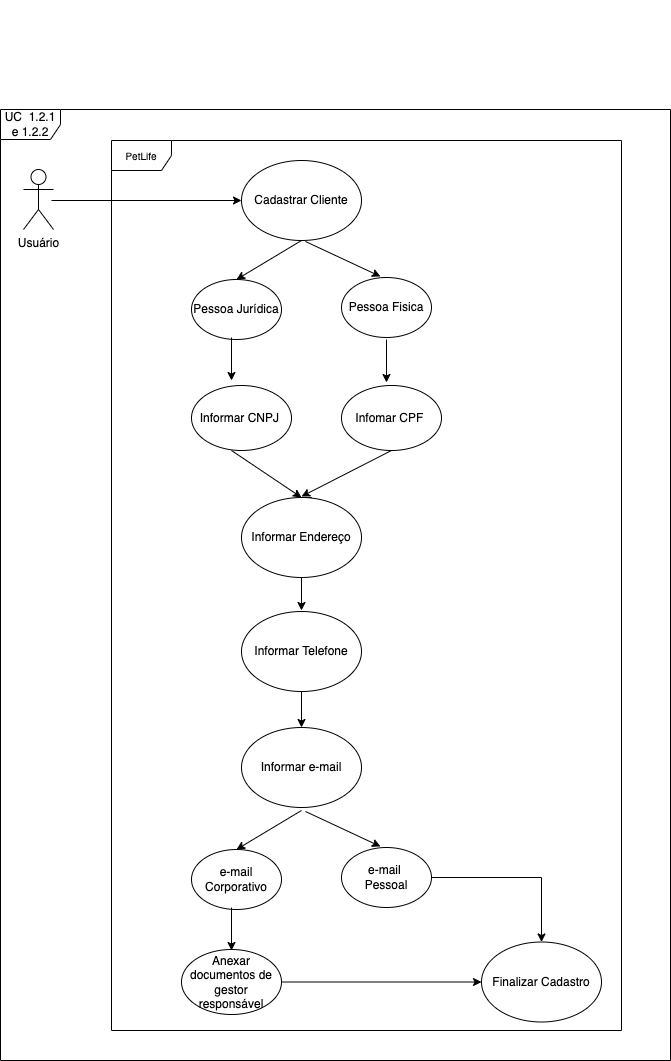
Earlier version of the draw.io export documentation/images/attachment/geral_caso_de_uso.drawio.png (TurmaADS2020/PetLife). Source tidied: cells renumbered, new cells last; positions are measured from the earlier drawing's top-left corner, leaving out a move shared by most shapes. Its diagram source:
```xml
<mxGraphModel>
  <root>
    <mxCell id="0" />
    <mxCell id="1" parent="0" />
    <mxCell id="2" value="UC&amp;nbsp; 1.2.1 e 1.2.2" style="shape=umlFrame;whiteSpace=wrap;html=1;" parent="1" vertex="1">
      <mxGeometry y="109" width="670" height="951" as="geometry" />
    </mxCell>
    <mxCell id="3" style="edgeStyle=orthogonalEdgeStyle;rounded=0;jettySize=auto;html=1;fontSize=10;" parent="1" edge="1" target="5">
      <mxGeometry relative="1" as="geometry">
        <mxPoint x="51" y="200" as="sourcePoint" />
      </mxGeometry>
    </mxCell>
    <mxCell id="4" value="Usuário" style="shape=umlActor;verticalLabelPosition=bottom;labelBackgroundColor=#ffffff;verticalAlign=top;html=1;" parent="1" vertex="1">
      <mxGeometry x="23" y="169" width="30" height="60" as="geometry" />
    </mxCell>
    <mxCell id="5" value="Cadastrar Cliente" style="ellipse;whiteSpace=wrap;html=1;" parent="1" vertex="1">
      <mxGeometry x="241" y="160" width="120" height="80" as="geometry" />
    </mxCell>
    <mxCell id="6" value="Informar CNPJ&amp;nbsp;" style="ellipse;whiteSpace=wrap;html=1;" parent="1" vertex="1">
      <mxGeometry x="191" y="385" width="100" height="65" as="geometry" />
    </mxCell>
    <mxCell id="7" value="&amp;nbsp;" style="text;html=1;align=left;verticalAlign=top;spacingTop=-4;" parent="1" vertex="1">
      <mxGeometry x="509" y="599" width="20" height="20" as="geometry" />
    </mxCell>
    <mxCell id="8" value="&amp;nbsp;" style="text;html=1;align=left;verticalAlign=top;spacingTop=-4;" parent="1" vertex="1">
      <mxGeometry x="273" width="20" height="20" as="geometry" />
    </mxCell>
    <mxCell id="9" value="&amp;nbsp;" style="text;html=1;align=left;verticalAlign=top;spacingTop=-4;" parent="1" vertex="1">
      <mxGeometry x="329" y="744" width="20" height="20" as="geometry" />
    </mxCell>
    <mxCell id="10" value="Pessoa Fisica" style="ellipse;whiteSpace=wrap;html=1;" parent="1" vertex="1">
      <mxGeometry x="341" y="277" width="90" height="60" as="geometry" />
    </mxCell>
    <mxCell id="11" value="Pessoa Jurídica" style="ellipse;whiteSpace=wrap;html=1;" parent="1" vertex="1">
      <mxGeometry x="191" y="279" width="90" height="60" as="geometry" />
    </mxCell>
    <mxCell id="12" style="edgeStyle=orthogonalEdgeStyle;rounded=0;jettySize=auto;html=1;exitX=0.5;exitY=0;exitDx=0;exitDy=0;fontSize=10;" parent="1" edge="1" source="13">
      <mxGeometry relative="1" as="geometry">
        <mxPoint x="311" y="520" as="targetPoint" />
      </mxGeometry>
    </mxCell>
    <mxCell id="13" value="Informar Endereço" style="ellipse;whiteSpace=wrap;html=1;" parent="1" vertex="1">
      <mxGeometry x="241" y="497" width="120" height="80" as="geometry" />
    </mxCell>
    <mxCell id="14" value="Informar e-mail" style="ellipse;whiteSpace=wrap;html=1;" parent="1" vertex="1">
      <mxGeometry x="241" y="727" width="120" height="80" as="geometry" />
    </mxCell>
    <mxCell id="15" style="endArrow=classic;html=1;rounded=0;fontSize=10;" parent="1" edge="1">
      <mxGeometry relative="1" as="geometry">
        <mxPoint x="231" y="337" as="sourcePoint" />
        <mxPoint x="231" y="380" as="targetPoint" />
      </mxGeometry>
    </mxCell>
    <mxCell id="16" style="endArrow=classic;html=1;rounded=0;fontSize=10;" parent="1" edge="1">
      <mxGeometry relative="1" as="geometry">
        <mxPoint x="386" y="339" as="sourcePoint" />
        <mxPoint x="386" y="382" as="targetPoint" />
      </mxGeometry>
    </mxCell>
    <mxCell id="17" value="Infomar CPF&amp;nbsp;" style="ellipse;whiteSpace=wrap;html=1;" parent="1" vertex="1">
      <mxGeometry x="341" y="385" width="100" height="65" as="geometry" />
    </mxCell>
    <mxCell id="18" style="endArrow=classic;html=1;rounded=0;fontSize=10;entryX=0.5;entryY=0;entryDx=0;entryDy=0;" parent="1" edge="1" target="13">
      <mxGeometry relative="1" as="geometry">
        <mxPoint x="231" y="450" as="sourcePoint" />
      </mxGeometry>
    </mxCell>
    <mxCell id="19" style="endArrow=classic;html=1;rounded=0;fontSize=10;exitX=0.5;exitY=1;exitDx=0;exitDy=0;" parent="1" edge="1" source="17">
      <mxGeometry relative="1" as="geometry">
        <mxPoint x="301" y="496" as="targetPoint" />
      </mxGeometry>
    </mxCell>
    <mxCell id="20" style="endArrow=classic;html=1;rounded=0;fontSize=10;exitX=0.5;exitY=1;exitDx=0;exitDy=0;entryX=0.5;entryY=0;entryDx=0;entryDy=0;" parent="1" edge="1" source="5" target="11">
      <mxGeometry relative="1" as="geometry" />
    </mxCell>
    <mxCell id="21" style="endArrow=classic;html=1;rounded=0;fontSize=10;exitX=0.5;exitY=1;exitDx=0;exitDy=0;entryX=0.433;entryY=-0.017;entryDx=0;entryDy=0;entryPerimeter=0;" parent="1" edge="1" target="10">
      <mxGeometry relative="1" as="geometry">
        <mxPoint x="305" y="241" as="sourcePoint" />
      </mxGeometry>
    </mxCell>
    <mxCell id="22" style="endArrow=classic;html=1;rounded=0;fontSize=10;exitX=0.5;exitY=1;exitDx=0;exitDy=0;" parent="1" edge="1" source="13">
      <mxGeometry relative="1" as="geometry">
        <mxPoint x="301" y="610" as="targetPoint" />
      </mxGeometry>
    </mxCell>
    <mxCell id="23" style="edgeStyle=orthogonalEdgeStyle;rounded=0;jettySize=auto;html=1;entryX=0.5;entryY=0;entryDx=0;entryDy=0;fontSize=10;" parent="1" edge="1" source="24" target="33">
      <mxGeometry relative="1" as="geometry" />
    </mxCell>
    <mxCell id="24" value="e-mail &lt;br&gt;Pessoal" style="ellipse;whiteSpace=wrap;html=1;" parent="1" vertex="1">
      <mxGeometry x="341" y="847" width="90" height="60" as="geometry" />
    </mxCell>
    <mxCell id="25" value="e-mail Corporativo" style="ellipse;whiteSpace=wrap;html=1;" parent="1" vertex="1">
      <mxGeometry x="191" y="849" width="90" height="60" as="geometry" />
    </mxCell>
    <mxCell id="26" style="endArrow=classic;html=1;rounded=0;fontSize=10;" parent="1" edge="1">
      <mxGeometry relative="1" as="geometry">
        <mxPoint x="231" y="907" as="sourcePoint" />
        <mxPoint x="231" y="950" as="targetPoint" />
      </mxGeometry>
    </mxCell>
    <mxCell id="27" style="endArrow=classic;html=1;rounded=0;fontSize=10;exitX=0.5;exitY=1;exitDx=0;exitDy=0;entryX=0.5;entryY=0;entryDx=0;entryDy=0;" parent="1" edge="1" target="25">
      <mxGeometry relative="1" as="geometry">
        <mxPoint x="301" y="810" as="sourcePoint" />
      </mxGeometry>
    </mxCell>
    <mxCell id="28" style="endArrow=classic;html=1;rounded=0;fontSize=10;exitX=0.5;exitY=1;exitDx=0;exitDy=0;entryX=0.433;entryY=-0.017;entryDx=0;entryDy=0;entryPerimeter=0;" parent="1" edge="1" target="24">
      <mxGeometry relative="1" as="geometry">
        <mxPoint x="305" y="811" as="sourcePoint" />
      </mxGeometry>
    </mxCell>
    <mxCell id="29" style="edgeStyle=orthogonalEdgeStyle;rounded=0;jettySize=auto;html=1;fontSize=10;" parent="1" edge="1" source="30" target="33">
      <mxGeometry relative="1" as="geometry" />
    </mxCell>
    <mxCell id="30" value="Anexar documentos de gestor responsável" style="ellipse;whiteSpace=wrap;html=1;" parent="1" vertex="1">
      <mxGeometry x="181" y="949" width="100" height="65" as="geometry" />
    </mxCell>
    <mxCell id="31" style="edgeStyle=orthogonalEdgeStyle;rounded=0;jettySize=auto;html=1;fontSize=10;" parent="1" edge="1" source="32" target="14">
      <mxGeometry relative="1" as="geometry" />
    </mxCell>
    <mxCell id="32" value="Informar Telefone" style="ellipse;whiteSpace=wrap;html=1;" parent="1" vertex="1">
      <mxGeometry x="241" y="611" width="120" height="80" as="geometry" />
    </mxCell>
    <mxCell id="33" value="Finalizar Cadastro" style="ellipse;whiteSpace=wrap;html=1;" parent="1" vertex="1">
      <mxGeometry x="481" y="941.5" width="120" height="80" as="geometry" />
    </mxCell>
    <mxCell id="34" value="PetLife" style="shape=umlFrame;whiteSpace=wrap;html=1;fontSize=10;" parent="1" vertex="1">
      <mxGeometry x="111" y="140" width="510" height="890" as="geometry" />
    </mxCell>
  </root>
</mxGraphModel>
```
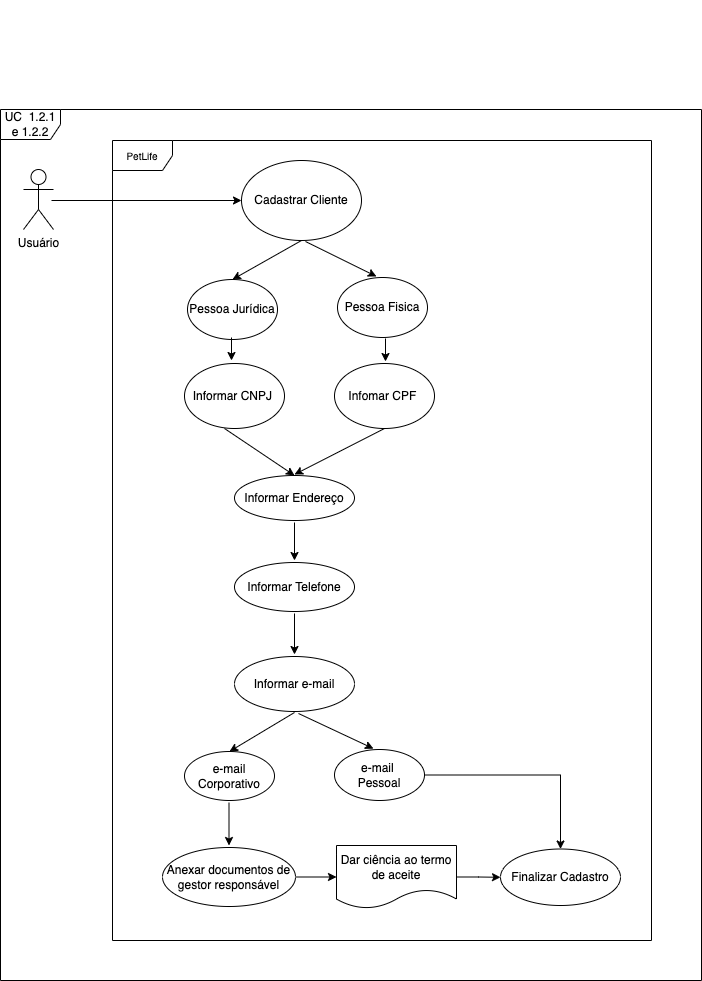
Above is the later version.

What changed in the source:
```diff
@@ -3,8 +3,11 @@
     <mxCell id="0" />
     <mxCell id="1" parent="0" />
     <mxCell id="2" value="UC&amp;nbsp; 1.2.1 e 1.2.2" style="shape=umlFrame;whiteSpace=wrap;html=1;" parent="1" vertex="1">
-      <mxGeometry y="109" width="670" height="951" as="geometry" />
+      <mxGeometry y="109" width="701" height="871" as="geometry" />
     </mxCell>
+    <mxCell id="34" value="PetLife" style="shape=umlFrame;whiteSpace=wrap;html=1;fontSize=10;" parent="1" vertex="1">
+      <mxGeometry x="112" y="140" width="539" height="800" as="geometry" />
+    </mxCell>
     <mxCell id="3" style="edgeStyle=orthogonalEdgeStyle;rounded=0;jettySize=auto;html=1;fontSize=10;" parent="1" edge="1" target="5">
       <mxGeometry relative="1" as="geometry">
         <mxPoint x="51" y="200" as="sourcePoint" />
@@ -17,7 +20,7 @@
       <mxGeometry x="241" y="160" width="120" height="80" as="geometry" />
     </mxCell>
     <mxCell id="6" value="Informar CNPJ&amp;nbsp;" style="ellipse;whiteSpace=wrap;html=1;" parent="1" vertex="1">
-      <mxGeometry x="191" y="385" width="100" height="65" as="geometry" />
+      <mxGeometry x="184" y="363" width="100" height="65" as="geometry" />
     </mxCell>
     <mxCell id="7" value="&amp;nbsp;" style="text;html=1;align=left;verticalAlign=top;spacingTop=-4;" parent="1" vertex="1">
       <mxGeometry x="509" y="599" width="20" height="20" as="geometry" />
@@ -29,45 +32,34 @@
       <mxGeometry x="329" y="744" width="20" height="20" as="geometry" />
     </mxCell>
     <mxCell id="10" value="Pessoa Fisica" style="ellipse;whiteSpace=wrap;html=1;" parent="1" vertex="1">
-      <mxGeometry x="341" y="277" width="90" height="60" as="geometry" />
+      <mxGeometry x="337" y="277" width="90" height="60" as="geometry" />
     </mxCell>
     <mxCell id="11" value="Pessoa Jurídica" style="ellipse;whiteSpace=wrap;html=1;" parent="1" vertex="1">
-      <mxGeometry x="191" y="279" width="90" height="60" as="geometry" />
+      <mxGeometry x="187" y="279" width="90" height="60" as="geometry" />
     </mxCell>
-    <mxCell id="12" style="edgeStyle=orthogonalEdgeStyle;rounded=0;jettySize=auto;html=1;exitX=0.5;exitY=0;exitDx=0;exitDy=0;fontSize=10;" parent="1" edge="1" source="13">
-      <mxGeometry relative="1" as="geometry">
-        <mxPoint x="311" y="520" as="targetPoint" />
-      </mxGeometry>
-    </mxCell>
     <mxCell id="13" value="Informar Endereço" style="ellipse;whiteSpace=wrap;html=1;" parent="1" vertex="1">
-      <mxGeometry x="241" y="497" width="120" height="80" as="geometry" />
+      <mxGeometry x="234" y="475" width="120" height="45" as="geometry" />
     </mxCell>
     <mxCell id="14" value="Informar e-mail" style="ellipse;whiteSpace=wrap;html=1;" parent="1" vertex="1">
-      <mxGeometry x="241" y="727" width="120" height="80" as="geometry" />
+      <mxGeometry x="234" y="656" width="120" height="55" as="geometry" />
     </mxCell>
     <mxCell id="15" style="endArrow=classic;html=1;rounded=0;fontSize=10;" parent="1" edge="1">
       <mxGeometry relative="1" as="geometry">
         <mxPoint x="231" y="337" as="sourcePoint" />
-        <mxPoint x="231" y="380" as="targetPoint" />
+        <mxPoint x="231" y="360" as="targetPoint" />
       </mxGeometry>
     </mxCell>
-    <mxCell id="16" style="endArrow=classic;html=1;rounded=0;fontSize=10;" parent="1" edge="1">
-      <mxGeometry relative="1" as="geometry">
-        <mxPoint x="386" y="339" as="sourcePoint" />
-        <mxPoint x="386" y="382" as="targetPoint" />
-      </mxGeometry>
-    </mxCell>
     <mxCell id="17" value="Infomar CPF&amp;nbsp;" style="ellipse;whiteSpace=wrap;html=1;" parent="1" vertex="1">
-      <mxGeometry x="341" y="385" width="100" height="65" as="geometry" />
+      <mxGeometry x="334" y="363" width="100" height="65" as="geometry" />
     </mxCell>
     <mxCell id="18" style="endArrow=classic;html=1;rounded=0;fontSize=10;entryX=0.5;entryY=0;entryDx=0;entryDy=0;" parent="1" edge="1" target="13">
       <mxGeometry relative="1" as="geometry">
-        <mxPoint x="231" y="450" as="sourcePoint" />
+        <mxPoint x="224" y="428" as="sourcePoint" />
       </mxGeometry>
     </mxCell>
     <mxCell id="19" style="endArrow=classic;html=1;rounded=0;fontSize=10;exitX=0.5;exitY=1;exitDx=0;exitDy=0;" parent="1" edge="1" source="17">
       <mxGeometry relative="1" as="geometry">
-        <mxPoint x="301" y="496" as="targetPoint" />
+        <mxPoint x="294" y="474" as="targetPoint" />
       </mxGeometry>
     </mxCell>
     <mxCell id="20" style="endArrow=classic;html=1;rounded=0;fontSize=10;exitX=0.5;exitY=1;exitDx=0;exitDy=0;entryX=0.5;entryY=0;entryDx=0;entryDy=0;" parent="1" edge="1" source="5" target="11">
@@ -78,53 +70,66 @@
         <mxPoint x="305" y="241" as="sourcePoint" />
       </mxGeometry>
     </mxCell>
-    <mxCell id="22" style="endArrow=classic;html=1;rounded=0;fontSize=10;exitX=0.5;exitY=1;exitDx=0;exitDy=0;" parent="1" edge="1" source="13">
+    <mxCell id="22" style="endArrow=classic;html=1;rounded=0;fontSize=10;" parent="1" edge="1">
       <mxGeometry relative="1" as="geometry">
-        <mxPoint x="301" y="610" as="targetPoint" />
+        <mxPoint x="294" y="522" as="sourcePoint" />
+        <mxPoint x="294" y="560" as="targetPoint" />
       </mxGeometry>
     </mxCell>
     <mxCell id="23" style="edgeStyle=orthogonalEdgeStyle;rounded=0;jettySize=auto;html=1;entryX=0.5;entryY=0;entryDx=0;entryDy=0;fontSize=10;" parent="1" edge="1" source="24" target="33">
       <mxGeometry relative="1" as="geometry" />
     </mxCell>
     <mxCell id="24" value="e-mail &lt;br&gt;Pessoal" style="ellipse;whiteSpace=wrap;html=1;" parent="1" vertex="1">
-      <mxGeometry x="341" y="847" width="90" height="60" as="geometry" />
+      <mxGeometry x="334" y="749" width="90" height="51" as="geometry" />
     </mxCell>
     <mxCell id="25" value="e-mail Corporativo" style="ellipse;whiteSpace=wrap;html=1;" parent="1" vertex="1">
-      <mxGeometry x="191" y="849" width="90" height="60" as="geometry" />
+      <mxGeometry x="184" y="751" width="90" height="49" as="geometry" />
     </mxCell>
     <mxCell id="26" style="endArrow=classic;html=1;rounded=0;fontSize=10;" parent="1" edge="1">
       <mxGeometry relative="1" as="geometry">
-        <mxPoint x="231" y="907" as="sourcePoint" />
-        <mxPoint x="231" y="950" as="targetPoint" />
+        <mxPoint x="228.5" y="802" as="sourcePoint" />
+        <mxPoint x="228.5" y="845" as="targetPoint" />
       </mxGeometry>
     </mxCell>
     <mxCell id="27" style="endArrow=classic;html=1;rounded=0;fontSize=10;exitX=0.5;exitY=1;exitDx=0;exitDy=0;entryX=0.5;entryY=0;entryDx=0;entryDy=0;" parent="1" edge="1" target="25">
       <mxGeometry relative="1" as="geometry">
-        <mxPoint x="301" y="810" as="sourcePoint" />
+        <mxPoint x="294" y="712" as="sourcePoint" />
       </mxGeometry>
     </mxCell>
     <mxCell id="28" style="endArrow=classic;html=1;rounded=0;fontSize=10;exitX=0.5;exitY=1;exitDx=0;exitDy=0;entryX=0.433;entryY=-0.017;entryDx=0;entryDy=0;entryPerimeter=0;" parent="1" edge="1" target="24">
       <mxGeometry relative="1" as="geometry">
-        <mxPoint x="305" y="811" as="sourcePoint" />
+        <mxPoint x="298" y="713" as="sourcePoint" />
       </mxGeometry>
     </mxCell>
-    <mxCell id="29" style="edgeStyle=orthogonalEdgeStyle;rounded=0;jettySize=auto;html=1;fontSize=10;" parent="1" edge="1" source="30" target="33">
-      <mxGeometry relative="1" as="geometry" />
-    </mxCell>
+    <mxCell id="35" style="edgeStyle=orthogonalEdgeStyle;rounded=0;jettySize=auto;html=1;" parent="1" edge="1" source="30" target="38">
+      <mxGeometry relative="1" as="geometry" />
+    </mxCell>
     <mxCell id="30" value="Anexar documentos de gestor responsável" style="ellipse;whiteSpace=wrap;html=1;" parent="1" vertex="1">
-      <mxGeometry x="181" y="949" width="100" height="65" as="geometry" />
+      <mxGeometry x="162" y="847" width="133" height="59" as="geometry" />
     </mxCell>
-    <mxCell id="31" style="edgeStyle=orthogonalEdgeStyle;rounded=0;jettySize=auto;html=1;fontSize=10;" parent="1" edge="1" source="32" target="14">
-      <mxGeometry relative="1" as="geometry" />
+    <mxCell id="31" style="edgeStyle=orthogonalEdgeStyle;rounded=0;orthogonalLoop=1;jettySize=auto;html=1;fontSize=10;" parent="1" edge="1">
+      <mxGeometry relative="1" as="geometry">
+        <mxPoint x="294" y="613" as="sourcePoint" />
+        <mxPoint x="294" y="654" as="targetPoint" />
+      </mxGeometry>
     </mxCell>
     <mxCell id="32" value="Informar Telefone" style="ellipse;whiteSpace=wrap;html=1;" parent="1" vertex="1">
-      <mxGeometry x="241" y="611" width="120" height="80" as="geometry" />
+      <mxGeometry x="234" y="562" width="120" height="49" as="geometry" />
     </mxCell>
     <mxCell id="33" value="Finalizar Cadastro" style="ellipse;whiteSpace=wrap;html=1;" parent="1" vertex="1">
-      <mxGeometry x="481" y="941.5" width="120" height="80" as="geometry" />
+      <mxGeometry x="500" y="848.5" width="120" height="56.5" as="geometry" />
     </mxCell>
-    <mxCell id="34" value="PetLife" style="shape=umlFrame;whiteSpace=wrap;html=1;fontSize=10;" parent="1" vertex="1">
-      <mxGeometry x="111" y="140" width="510" height="890" as="geometry" />
-    </mxCell>
+    <mxCell id="36" style="endArrow=classic;html=1;rounded=0;fontSize=10;" parent="1" edge="1">
+      <mxGeometry relative="1" as="geometry">
+        <mxPoint x="385" y="338" as="sourcePoint" />
+        <mxPoint x="385" y="361" as="targetPoint" />
+      </mxGeometry>
+    </mxCell>
+    <mxCell id="37" style="edgeStyle=orthogonalEdgeStyle;rounded=0;jettySize=auto;html=1;" parent="1" edge="1" source="38" target="33">
+      <mxGeometry relative="1" as="geometry" />
+    </mxCell>
+    <mxCell id="38" value="Dar ciência ao termo de aceite" style="shape=document;whiteSpace=wrap;html=1;boundedLbl=1;" parent="1" vertex="1">
+      <mxGeometry x="336" y="845" width="120" height="63" as="geometry" />
+    </mxCell>
   </root>
 </mxGraphModel>
```
